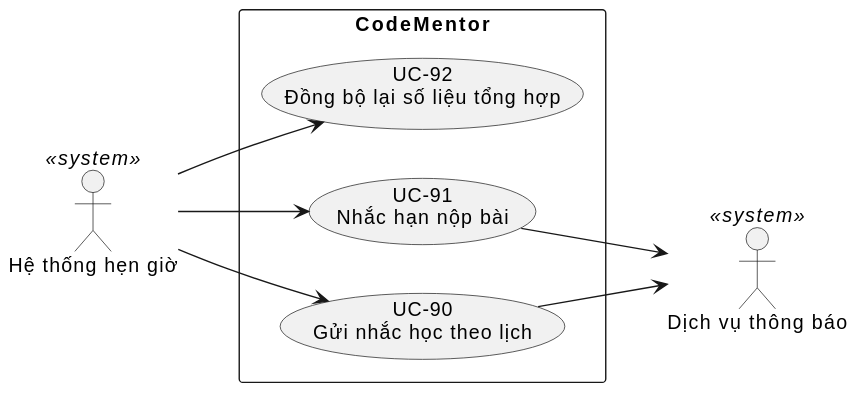
This is docs/diagrams/p9-scheduled.svg from codementor-official/codementor-infra, a PlantUML export, as it was before one commit.
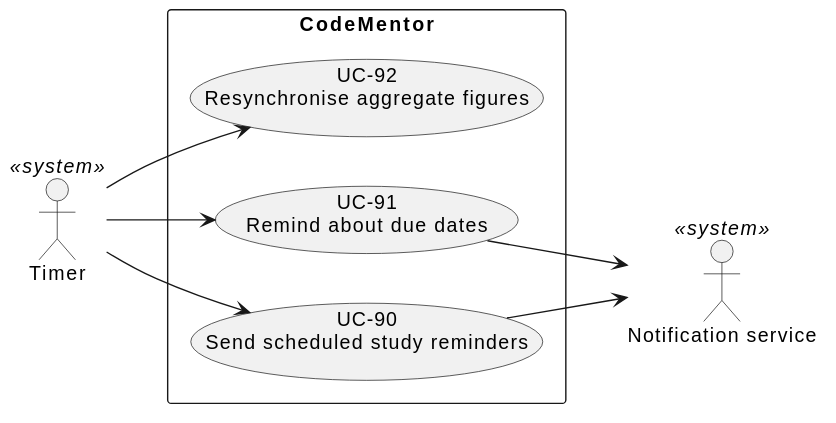
After the commit.

Change to the diagram source:
```diff
@@ -1,14 +1,14 @@
 @startuml
 left to right direction
-actor "Hệ thống hẹn giờ" as Timer <<system>>
+actor "Timer" as Timer <<system>>
 
 rectangle "CodeMentor" {
-  usecase "UC-90\nGửi nhắc học theo lịch" as UC90
-  usecase "UC-91\nNhắc hạn nộp bài" as UC91
-  usecase "UC-92\nĐồng bộ lại số liệu tổng hợp" as UC92
+  usecase "UC-90\nSend scheduled study reminders" as UC90
+  usecase "UC-91\nRemind about due dates" as UC91
+  usecase "UC-92\nResynchronise aggregate figures" as UC92
 }
 
-actor "Dịch vụ thông báo" as Notify <<system>>
+actor "Notification service" as Notify <<system>>
 
 Timer --> UC90
 Timer --> UC91
```
